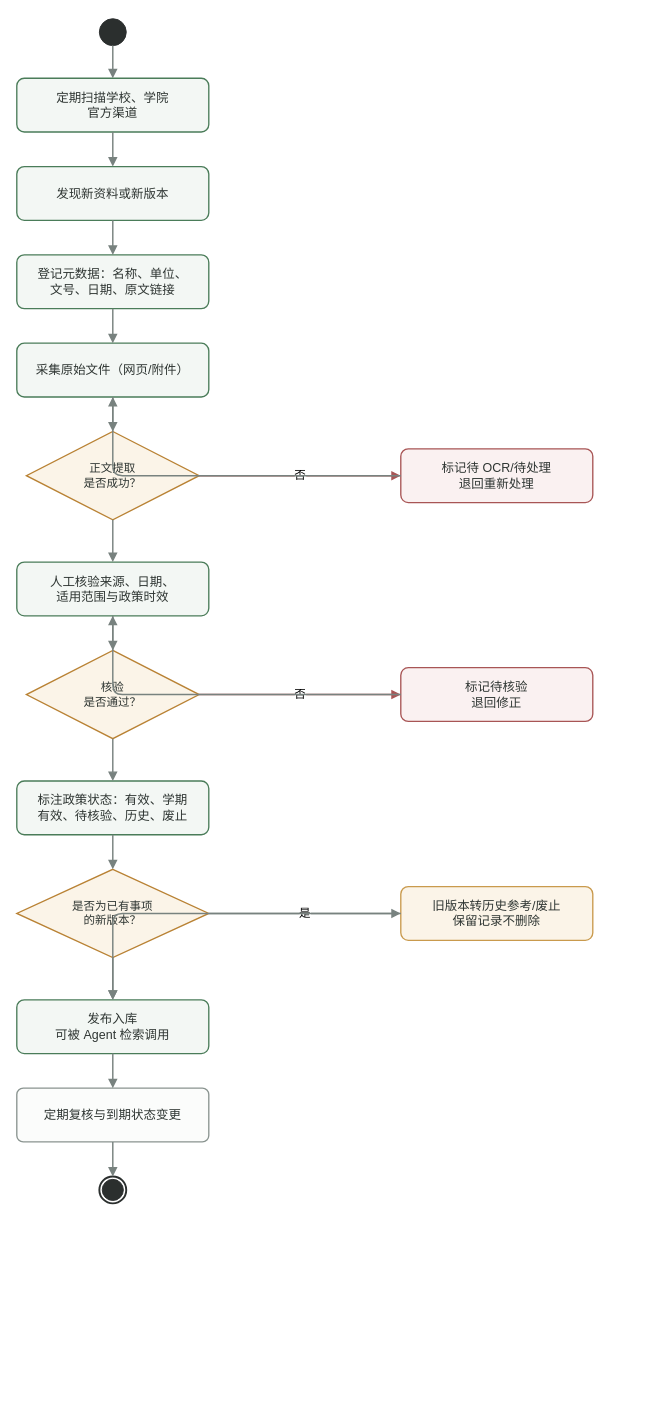
Before: docs/assignment-02/system-design/diagrams/business-process/知识库维护业务流程_v1.drawio in yz-Yezi-Genm/CodeMind-FZU, a draw.io diagram. Source tidied: cells renumbered, new cells numbered last; positions are measured from the earlier drawing's top-left corner, leaving out a move shared by most shapes. Both pictures are drawn from the tidied source at 96%, with x=0, y=0 at pixel (16, 18).
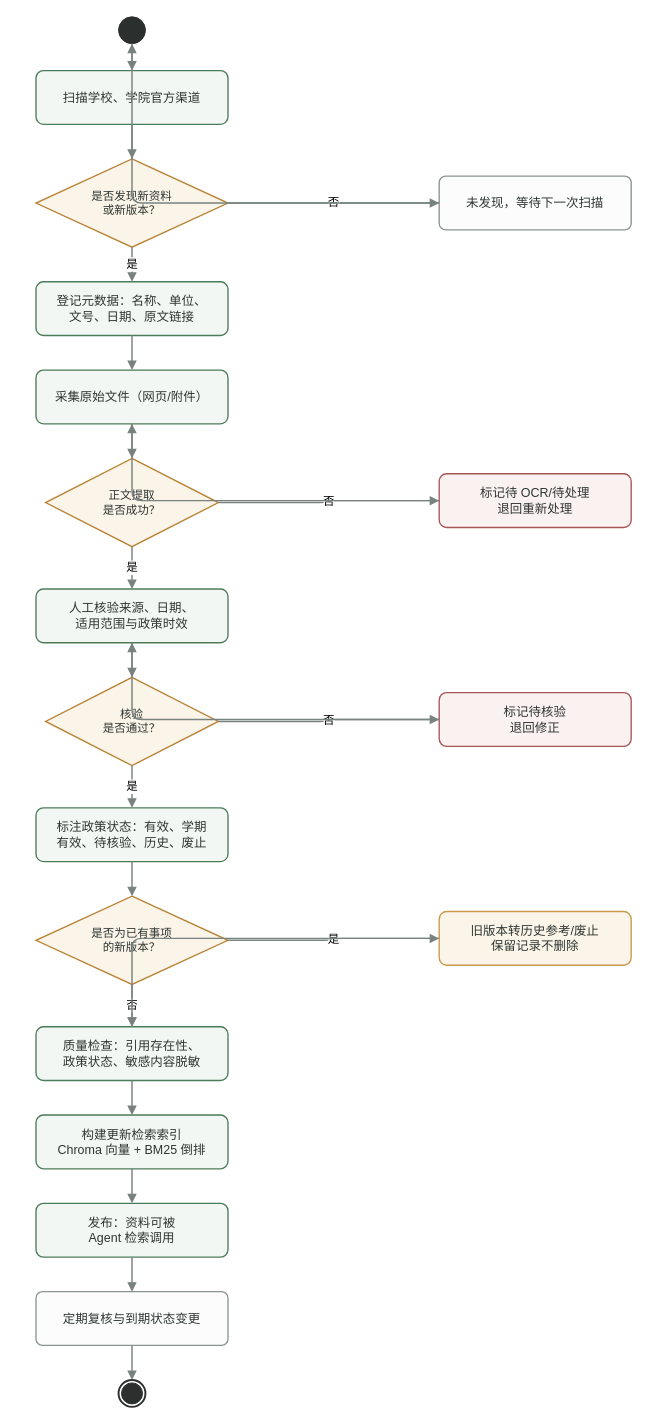
The same diagram, later.

What changed in the source:
```diff
@@
     <mxCell id="2" style="ellipse;whiteSpace=wrap;html=1;fillColor=#2b2f2e;strokeColor=#2b2f2e;" parent="1" vertex="1">
-      <mxGeometry x="86" width="28" height="28" as="geometry" />
+      <mxGeometry x="106" y="-2" width="28" height="28" as="geometry" />
     </mxCell>
-    <mxCell id="3" value="定期扫描学校、学院&#10;官方渠道" style="rounded=1;whiteSpace=wrap;html=1;arcSize=14;fillColor=#f3f7f4;strokeColor=#4a7c59;fontColor=#2e3532;fontSize=13;strokeWidth=1.4;" parent="1" vertex="1">
-      <mxGeometry y="62" width="200" height="56" as="geometry" />
+    <mxCell id="3" value="扫描学校、学院官方渠道" style="rounded=1;whiteSpace=wrap;html=1;arcSize=14;fillColor=#f3f7f4;strokeColor=#4a7c59;fontColor=#2e3532;fontSize=13;strokeWidth=1.4;" parent="1" vertex="1">
+      <mxGeometry x="20" y="54" width="200" height="56" as="geometry" />
     </mxCell>
+    <mxCell id="37" value="是否发现新资料&#10;或新版本？" style="rhombus;whiteSpace=wrap;html=1;fillColor=#fbf4e8;strokeColor=#b98234;fontColor=#2e3532;fontSize=12;strokeWidth=1.4;" parent="1" vertex="1">
+      <mxGeometry x="20" y="146" width="200" height="92" as="geometry" />
+    </mxCell>
+    <mxCell id="38" value="未发现，等待下一次扫描" style="rounded=1;whiteSpace=wrap;html=1;arcSize=12;fillColor=#fbfcfb;strokeColor=#8a9490;fontColor=#2e3532;fontSize=13;strokeWidth=1.4;" parent="1" vertex="1">
+      <mxGeometry x="440" y="164" width="200" height="56" as="geometry" />
+    </mxCell>
-    <mxCell id="4" value="发现新资料或新版本" style="rounded=1;whiteSpace=wrap;html=1;arcSize=14;fillColor=#f3f7f4;strokeColor=#4a7c59;fontColor=#2e3532;fontSize=13;strokeWidth=1.4;" parent="1" vertex="1">
-      <mxGeometry y="154" width="200" height="56" as="geometry" />
+    <mxCell id="4" value="登记元数据：名称、单位、&#10;文号、日期、原文链接" style="rounded=1;whiteSpace=wrap;html=1;arcSize=14;fillColor=#f3f7f4;strokeColor=#4a7c59;fontColor=#2e3532;fontSize=13;strokeWidth=1.4;" parent="1" vertex="1">
+      <mxGeometry x="20" y="274" width="200" height="56" as="geometry" />
     </mxCell>
-    <mxCell id="5" value="登记元数据：名称、单位、&#10;文号、日期、原文链接" style="rounded=1;whiteSpace=wrap;html=1;arcSize=14;fillColor=#f3f7f4;strokeColor=#4a7c59;fontColor=#2e3532;fontSize=13;strokeWidth=1.4;" parent="1" vertex="1">
-      <mxGeometry y="246" width="200" height="56" as="geometry" />
+    <mxCell id="5" value="采集原始文件（网页/附件）" style="rounded=1;whiteSpace=wrap;html=1;arcSize=14;fillColor=#f3f7f4;strokeColor=#4a7c59;fontColor=#2e3532;fontSize=13;strokeWidth=1.4;" parent="1" vertex="1">
+      <mxGeometry x="20" y="366" width="200" height="56" as="geometry" />
     </mxCell>
-    <mxCell id="6" value="采集原始文件（网页/附件）" style="rounded=1;whiteSpace=wrap;html=1;arcSize=14;fillColor=#f3f7f4;strokeColor=#4a7c59;fontColor=#2e3532;fontSize=13;strokeWidth=1.4;" parent="1" vertex="1">
-      <mxGeometry y="338" width="200" height="56" as="geometry" />
-    </mxCell>
     <mxCell id="7" value="正文提取&#10;是否成功？" style="rhombus;whiteSpace=wrap;html=1;fillColor=#fbf4e8;strokeColor=#b98234;fontColor=#2e3532;fontSize=12;strokeWidth=1.4;" parent="1" vertex="1">
-      <mxGeometry x="10" y="430" width="180" height="92" as="geometry" />
+      <mxGeometry x="30" y="458" width="180" height="92" as="geometry" />
     </mxCell>
     <mxCell id="8" value="标记待 OCR/待处理&#10;退回重新处理" style="rounded=1;whiteSpace=wrap;html=1;arcSize=14;fillColor=#faf1f1;strokeColor=#a85555;fontColor=#2e3532;fontSize=13;strokeWidth=1.4;" parent="1" vertex="1">
-      <mxGeometry x="400" y="448" width="200" height="56" as="geometry" />
+      <mxGeometry x="440" y="474" width="200" height="56" as="geometry" />
     </mxCell>
     <mxCell id="9" value="人工核验来源、日期、&#10;适用范围与政策时效" style="rounded=1;whiteSpace=wrap;html=1;arcSize=14;fillColor=#f3f7f4;strokeColor=#4a7c59;fontColor=#2e3532;fontSize=13;strokeWidth=1.4;" parent="1" vertex="1">
-      <mxGeometry y="566" width="200" height="56" as="geometry" />
+      <mxGeometry x="20" y="594" width="200" height="56" as="geometry" />
     </mxCell>
     <mxCell id="10" value="核验&#10;是否通过？" style="rhombus;whiteSpace=wrap;html=1;fillColor=#fbf4e8;strokeColor=#b98234;fontColor=#2e3532;fontSize=12;strokeWidth=1.4;" parent="1" vertex="1">
-      <mxGeometry x="10" y="658" width="180" height="92" as="geometry" />
+      <mxGeometry x="30" y="686" width="180" height="92" as="geometry" />
     </mxCell>
     <mxCell id="11" value="标记待核验&#10;退回修正" style="rounded=1;whiteSpace=wrap;html=1;arcSize=14;fillColor=#faf1f1;strokeColor=#a85555;fontColor=#2e3532;fontSize=13;strokeWidth=1.4;" parent="1" vertex="1">
-      <mxGeometry x="400" y="676" width="200" height="56" as="geometry" />
+      <mxGeometry x="440" y="702" width="200" height="56" as="geometry" />
     </mxCell>
     <mxCell id="12" value="标注政策状态：有效、学期&#10;有效、待核验、历史、废止" style="rounded=1;whiteSpace=wrap;html=1;arcSize=14;fillColor=#f3f7f4;strokeColor=#4a7c59;fontColor=#2e3532;fontSize=13;strokeWidth=1.4;" parent="1" vertex="1">
-      <mxGeometry y="794" width="200" height="56" as="geometry" />
+      <mxGeometry x="20" y="822" width="200" height="56" as="geometry" />
     </mxCell>
     <mxCell id="13" value="是否为已有事项&#10;的新版本？" style="rhombus;whiteSpace=wrap;html=1;fillColor=#fbf4e8;strokeColor=#b98234;fontColor=#2e3532;fontSize=12;strokeWidth=1.4;" parent="1" vertex="1">
-      <mxGeometry y="886" width="200" height="92" as="geometry" />
+      <mxGeometry x="20" y="914" width="200" height="92" as="geometry" />
     </mxCell>
     <mxCell id="14" value="旧版本转历史参考/废止&#10;保留记录不删除" style="rounded=1;whiteSpace=wrap;html=1;arcSize=14;fillColor=#fbf4e8;strokeColor=#c99a4d;fontColor=#2e3532;fontSize=13;strokeWidth=1.4;" parent="1" vertex="1">
-      <mxGeometry x="400" y="904" width="200" height="56" as="geometry" />
+      <mxGeometry x="440" y="930" width="200" height="56" as="geometry" />
     </mxCell>
-    <mxCell id="15" value="发布入库&#10;可被 Agent 检索调用" style="rounded=1;whiteSpace=wrap;html=1;arcSize=14;fillColor=#f3f7f4;strokeColor=#4a7c59;fontColor=#2e3532;fontSize=13;strokeWidth=1.4;" parent="1" vertex="1">
-      <mxGeometry y="1022" width="200" height="56" as="geometry" />
+    <mxCell id="15" value="质量检查：引用存在性、&#10;政策状态、敏感内容脱敏" style="rounded=1;whiteSpace=wrap;html=1;arcSize=14;fillColor=#f3f7f4;strokeColor=#4a7c59;fontColor=#2e3532;fontSize=13;strokeWidth=1.4;" parent="1" vertex="1">
+      <mxGeometry x="20" y="1050" width="200" height="56" as="geometry" />
     </mxCell>
-    <mxCell id="16" value="定期复核与到期状态变更" style="rounded=1;whiteSpace=wrap;html=1;arcSize=12;fillColor=#fbfcfb;strokeColor=#8a9490;fontColor=#2e3532;fontSize=13;strokeWidth=1.4;" parent="1" vertex="1">
-      <mxGeometry y="1114" width="200" height="56" as="geometry" />
+    <mxCell id="16" value="构建更新检索索引&#10;Chroma 向量 + BM25 倒排" style="rounded=1;whiteSpace=wrap;html=1;arcSize=14;fillColor=#f3f7f4;strokeColor=#4a7c59;fontColor=#2e3532;fontSize=13;strokeWidth=1.4;" parent="1" vertex="1">
+      <mxGeometry x="20" y="1142" width="200" height="56" as="geometry" />
     </mxCell>
+    <mxCell id="39" value="发布：资料可被&#10;Agent 检索调用" style="rounded=1;whiteSpace=wrap;html=1;arcSize=14;fillColor=#f3f7f4;strokeColor=#4a7c59;fontColor=#2e3532;fontSize=13;strokeWidth=1.4;" parent="1" vertex="1">
+      <mxGeometry x="20" y="1234" width="200" height="56" as="geometry" />
+    </mxCell>
+    <mxCell id="40" value="定期复核与到期状态变更" style="rounded=1;whiteSpace=wrap;html=1;arcSize=12;fillColor=#fbfcfb;strokeColor=#8a9490;fontColor=#2e3532;fontSize=13;strokeWidth=1.4;" parent="1" vertex="1">
+      <mxGeometry x="20" y="1326" width="200" height="56" as="geometry" />
+    </mxCell>
     <mxCell id="17" style="ellipse;whiteSpace=wrap;html=1;fillColor=#ffffff;strokeColor=#2b2f2e;strokeWidth=2;" parent="1" vertex="1">
-      <mxGeometry x="86" y="1206" width="28" height="28" as="geometry" />
+      <mxGeometry x="106" y="1418" width="28" height="28" as="geometry" />
     </mxCell>
     <mxCell id="18" style="ellipse;whiteSpace=wrap;html=1;fillColor=#2b2f2e;strokeColor=#2b2f2e;" parent="1" vertex="1">
-      <mxGeometry x="89" y="1209" width="22" height="22" as="geometry" />
+      <mxGeometry x="109" y="1421" width="22" height="22" as="geometry" />
     </mxCell>
@@
-    <mxCell id="20" style="edgeStyle=orthogonalEdgeStyle;rounded=1;jettySize=auto;html=1;strokeColor=#78827f;strokeWidth=1.5;dashed=0;endArrow=block;endFill=1;fontSize=12;labelBackgroundColor=#ffffff;" parent="1" edge="1" source="3" target="4">
+    <mxCell id="20" style="edgeStyle=orthogonalEdgeStyle;rounded=1;jettySize=auto;html=1;strokeColor=#78827f;strokeWidth=1.5;dashed=0;endArrow=block;endFill=1;fontSize=12;labelBackgroundColor=#ffffff;" parent="1" edge="1" source="3" target="37">
       <mxGeometry relative="1" as="geometry" />
     </mxCell>
-    <mxCell id="21" style="edgeStyle=orthogonalEdgeStyle;rounded=1;jettySize=auto;html=1;strokeColor=#78827f;strokeWidth=1.5;dashed=0;endArrow=block;endFill=1;fontSize=12;labelBackgroundColor=#ffffff;" parent="1" edge="1" source="4" target="5">
+    <mxCell id="21" value="否" style="edgeStyle=orthogonalEdgeStyle;rounded=1;jettySize=auto;html=1;strokeColor=#78827f;strokeWidth=1.5;dashed=0;endArrow=block;endFill=1;fontSize=12;labelBackgroundColor=#ffffff;" parent="1" edge="1" source="37" target="38">
       <mxGeometry relative="1" as="geometry" />
     </mxCell>
-    <mxCell id="22" style="edgeStyle=orthogonalEdgeStyle;rounded=1;jettySize=auto;html=1;strokeColor=#78827f;strokeWidth=1.5;dashed=0;endArrow=block;endFill=1;fontSize=12;labelBackgroundColor=#ffffff;" parent="1" edge="1" source="5" target="6">
+    <mxCell id="22" style="edgeStyle=orthogonalEdgeStyle;rounded=1;jettySize=auto;html=1;strokeColor=#78827f;strokeWidth=1.5;dashed=0;endArrow=block;endFill=1;fontSize=12;labelBackgroundColor=#ffffff;" parent="1" edge="1" source="38" target="2">
       <mxGeometry relative="1" as="geometry" />
     </mxCell>
-    <mxCell id="23" style="edgeStyle=orthogonalEdgeStyle;rounded=1;jettySize=auto;html=1;strokeColor=#78827f;strokeWidth=1.5;dashed=0;endArrow=block;endFill=1;fontSize=12;labelBackgroundColor=#ffffff;" parent="1" edge="1" source="6" target="7">
+    <mxCell id="23" value="是" style="edgeStyle=orthogonalEdgeStyle;rounded=1;jettySize=auto;html=1;strokeColor=#78827f;strokeWidth=1.5;dashed=0;endArrow=block;endFill=1;fontSize=12;labelBackgroundColor=#ffffff;" parent="1" edge="1" source="37" target="4">
       <mxGeometry relative="1" as="geometry" />
     </mxCell>
-    <mxCell id="24" value="否" style="edgeStyle=orthogonalEdgeStyle;rounded=1;jettySize=auto;html=1;strokeColor=#a85555;strokeWidth=1.5;dashed=0;endArrow=block;endFill=1;fontSize=12;labelBackgroundColor=#ffffff;" parent="1" edge="1" source="7" target="8">
+    <mxCell id="24" style="edgeStyle=orthogonalEdgeStyle;rounded=1;jettySize=auto;html=1;strokeColor=#78827f;strokeWidth=1.5;dashed=0;endArrow=block;endFill=1;fontSize=12;labelBackgroundColor=#ffffff;" parent="1" edge="1" source="4" target="5">
       <mxGeometry relative="1" as="geometry" />
     </mxCell>
-    <mxCell id="25" style="edgeStyle=orthogonalEdgeStyle;rounded=1;jettySize=auto;html=1;strokeColor=#78827f;strokeWidth=1.5;dashed=0;endArrow=block;endFill=1;fontSize=12;labelBackgroundColor=#ffffff;" parent="1" edge="1" source="8" target="6">
+    <mxCell id="25" style="edgeStyle=orthogonalEdgeStyle;rounded=1;jettySize=auto;html=1;strokeColor=#78827f;strokeWidth=1.5;dashed=0;endArrow=block;endFill=1;fontSize=12;labelBackgroundColor=#ffffff;" parent="1" edge="1" source="5" target="7">
       <mxGeometry relative="1" as="geometry" />
     </mxCell>
-    <mxCell id="26" style="edgeStyle=orthogonalEdgeStyle;rounded=1;jettySize=auto;html=1;strokeColor=#78827f;strokeWidth=1.5;dashed=0;endArrow=block;endFill=1;fontSize=12;labelBackgroundColor=#ffffff;" parent="1" edge="1" source="7" target="9">
+    <mxCell id="26" value="否" style="edgeStyle=orthogonalEdgeStyle;rounded=1;jettySize=auto;html=1;strokeColor=#78827f;strokeWidth=1.5;dashed=0;endArrow=block;endFill=1;fontSize=12;labelBackgroundColor=#ffffff;" parent="1" edge="1" source="7" target="8">
       <mxGeometry relative="1" as="geometry" />
     </mxCell>
-    <mxCell id="27" style="edgeStyle=orthogonalEdgeStyle;rounded=1;jettySize=auto;html=1;strokeColor=#78827f;strokeWidth=1.5;dashed=0;endArrow=block;endFill=1;fontSize=12;labelBackgroundColor=#ffffff;" parent="1" edge="1" source="9" target="10">
+    <mxCell id="27" style="edgeStyle=orthogonalEdgeStyle;rounded=1;jettySize=auto;html=1;strokeColor=#78827f;strokeWidth=1.5;dashed=0;endArrow=block;endFill=1;fontSize=12;labelBackgroundColor=#ffffff;" parent="1" edge="1" source="8" target="5">
       <mxGeometry relative="1" as="geometry" />
     </mxCell>
-    <mxCell id="28" value="否" style="edgeStyle=orthogonalEdgeStyle;rounded=1;jettySize=auto;html=1;strokeColor=#a85555;strokeWidth=1.5;dashed=0;endArrow=block;endFill=1;fontSize=12;labelBackgroundColor=#ffffff;" parent="1" edge="1" source="10" target="11">
+    <mxCell id="28" value="是" style="edgeStyle=orthogonalEdgeStyle;rounded=1;jettySize=auto;html=1;strokeColor=#78827f;strokeWidth=1.5;dashed=0;endArrow=block;endFill=1;fontSize=12;labelBackgroundColor=#ffffff;" parent="1" edge="1" source="7" target="9">
       <mxGeometry relative="1" as="geometry" />
     </mxCell>
-    <mxCell id="29" style="edgeStyle=orthogonalEdgeStyle;rounded=1;jettySize=auto;html=1;strokeColor=#78827f;strokeWidth=1.5;dashed=0;endArrow=block;endFill=1;fontSize=12;labelBackgroundColor=#ffffff;" parent="1" edge="1" source="11" target="9">
+    <mxCell id="29" style="edgeStyle=orthogonalEdgeStyle;rounded=1;jettySize=auto;html=1;strokeColor=#78827f;strokeWidth=1.5;dashed=0;endArrow=block;endFill=1;fontSize=12;labelBackgroundColor=#ffffff;" parent="1" edge="1" source="9" target="10">
       <mxGeometry relative="1" as="geometry" />
     </mxCell>
-    <mxCell id="30" style="edgeStyle=orthogonalEdgeStyle;rounded=1;jettySize=auto;html=1;strokeColor=#78827f;strokeWidth=1.5;dashed=0;endArrow=block;endFill=1;fontSize=12;labelBackgroundColor=#ffffff;" parent="1" edge="1" source="10" target="12">
+    <mxCell id="30" value="否" style="edgeStyle=orthogonalEdgeStyle;rounded=1;jettySize=auto;html=1;strokeColor=#78827f;strokeWidth=1.5;dashed=0;endArrow=block;endFill=1;fontSize=12;labelBackgroundColor=#ffffff;" parent="1" edge="1" source="10" target="11">
       <mxGeometry relative="1" as="geometry" />
     </mxCell>
-    <mxCell id="31" style="edgeStyle=orthogonalEdgeStyle;rounded=1;jettySize=auto;html=1;strokeColor=#78827f;strokeWidth=1.5;dashed=0;endArrow=block;endFill=1;fontSize=12;labelBackgroundColor=#ffffff;" parent="1" edge="1" source="12" target="13">
+    <mxCell id="31" style="edgeStyle=orthogonalEdgeStyle;rounded=1;jettySize=auto;html=1;strokeColor=#78827f;strokeWidth=1.5;dashed=0;endArrow=block;endFill=1;fontSize=12;labelBackgroundColor=#ffffff;" parent="1" edge="1" source="11" target="9">
       <mxGeometry relative="1" as="geometry" />
     </mxCell>
-    <mxCell id="32" value="是" style="edgeStyle=orthogonalEdgeStyle;rounded=1;jettySize=auto;html=1;strokeColor=#78827f;strokeWidth=1.5;dashed=0;endArrow=block;endFill=1;fontSize=12;labelBackgroundColor=#ffffff;" parent="1" edge="1" source="13" target="14">
+    <mxCell id="32" value="是" style="edgeStyle=orthogonalEdgeStyle;rounded=1;jettySize=auto;html=1;strokeColor=#78827f;strokeWidth=1.5;dashed=0;endArrow=block;endFill=1;fontSize=12;labelBackgroundColor=#ffffff;" parent="1" edge="1" source="10" target="12">
       <mxGeometry relative="1" as="geometry" />
     </mxCell>
-    <mxCell id="33" style="edgeStyle=orthogonalEdgeStyle;rounded=1;jettySize=auto;html=1;strokeColor=#78827f;strokeWidth=1.5;dashed=0;endArrow=block;endFill=1;fontSize=12;labelBackgroundColor=#ffffff;" parent="1" edge="1" source="13" target="15">
+    <mxCell id="33" style="edgeStyle=orthogonalEdgeStyle;rounded=1;jettySize=auto;html=1;strokeColor=#78827f;strokeWidth=1.5;dashed=0;endArrow=block;endFill=1;fontSize=12;labelBackgroundColor=#ffffff;" parent="1" edge="1" source="12" target="13">
       <mxGeometry relative="1" as="geometry" />
     </mxCell>
-    <mxCell id="34" style="edgeStyle=orthogonalEdgeStyle;rounded=1;jettySize=auto;html=1;strokeColor=#78827f;strokeWidth=1.5;dashed=0;endArrow=block;endFill=1;fontSize=12;labelBackgroundColor=#ffffff;" parent="1" edge="1" source="14" target="15">
+    <mxCell id="34" value="是" style="edgeStyle=orthogonalEdgeStyle;rounded=1;jettySize=auto;html=1;strokeColor=#78827f;strokeWidth=1.5;dashed=0;endArrow=block;endFill=1;fontSize=12;labelBackgroundColor=#ffffff;" parent="1" edge="1" source="13" target="14">
       <mxGeometry relative="1" as="geometry" />
     </mxCell>
-    <mxCell id="35" style="edgeStyle=orthogonalEdgeStyle;rounded=1;jettySize=auto;html=1;strokeColor=#78827f;strokeWidth=1.5;dashed=0;endArrow=block;endFill=1;fontSize=12;labelBackgroundColor=#ffffff;" parent="1" edge="1" source="15" target="16">
+    <mxCell id="35" value="否" style="edgeStyle=orthogonalEdgeStyle;rounded=1;jettySize=auto;html=1;strokeColor=#78827f;strokeWidth=1.5;dashed=0;endArrow=block;endFill=1;fontSize=12;labelBackgroundColor=#ffffff;" parent="1" edge="1" source="13" target="15">
       <mxGeometry relative="1" as="geometry" />
     </mxCell>
-    <mxCell id="36" style="edgeStyle=orthogonalEdgeStyle;rounded=1;jettySize=auto;html=1;strokeColor=#78827f;strokeWidth=1.5;dashed=0;endArrow=block;endFill=1;fontSize=12;labelBackgroundColor=#ffffff;" parent="1" edge="1" source="16" target="17">
+    <mxCell id="36" style="edgeStyle=orthogonalEdgeStyle;rounded=1;jettySize=auto;html=1;strokeColor=#78827f;strokeWidth=1.5;dashed=0;endArrow=block;endFill=1;fontSize=12;labelBackgroundColor=#ffffff;" parent="1" edge="1" source="14" target="15">
       <mxGeometry relative="1" as="geometry" />
     </mxCell>
+    <mxCell id="41" style="edgeStyle=orthogonalEdgeStyle;rounded=1;jettySize=auto;html=1;strokeColor=#78827f;strokeWidth=1.5;dashed=0;endArrow=block;endFill=1;fontSize=12;labelBackgroundColor=#ffffff;" parent="1" edge="1" source="15" target="16">
+      <mxGeometry relative="1" as="geometry" />
+    </mxCell>
+    <mxCell id="42" style="edgeStyle=orthogonalEdgeStyle;rounded=1;jettySize=auto;html=1;strokeColor=#78827f;strokeWidth=1.5;dashed=0;endArrow=block;endFill=1;fontSize=12;labelBackgroundColor=#ffffff;" parent="1" edge="1" source="16" target="39">
+      <mxGeometry relative="1" as="geometry" />
+    </mxCell>
+    <mxCell id="43" style="edgeStyle=orthogonalEdgeStyle;rounded=1;jettySize=auto;html=1;strokeColor=#78827f;strokeWidth=1.5;dashed=0;endArrow=block;endFill=1;fontSize=12;labelBackgroundColor=#ffffff;" parent="1" edge="1" source="39" target="40">
+      <mxGeometry relative="1" as="geometry" />
+    </mxCell>
+    <mxCell id="44" style="edgeStyle=orthogonalEdgeStyle;rounded=1;jettySize=auto;html=1;strokeColor=#78827f;strokeWidth=1.5;dashed=0;endArrow=block;endFill=1;fontSize=12;labelBackgroundColor=#ffffff;" parent="1" edge="1" source="40" target="17">
+      <mxGeometry relative="1" as="geometry" />
+    </mxCell>
```
